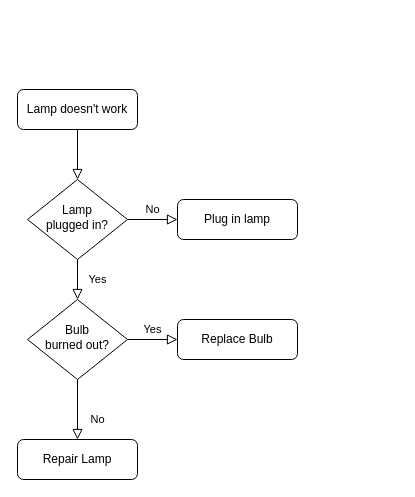
fengshenxq/img keeps this draw.io diagram as TapdDefect.drawio. Above is the earlier version. Source tidied: cells renumbered, new cells numbered last; positions are measured from the earlier drawing's top-left corner, leaving out a move shared by most shapes. Both pictures are drawn from the tidied source at 100%, with x=0, y=0 at pixel (17, 89).
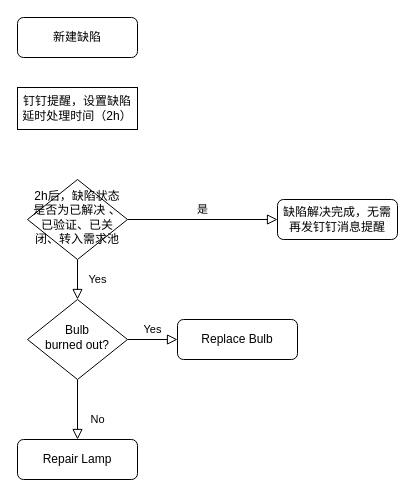
After the change.

What changed in the source:
```diff
@@
 <mxGraphModel>
   <root>
     <mxCell id="0" />
     <mxCell id="1" parent="0" />
-    <mxCell id="2" style="rounded=0;html=1;jettySize=auto;fontSize=11;endArrow=block;endFill=0;endSize=8;strokeWidth=1;shadow=0;labelBackgroundColor=none;edgeStyle=orthogonalEdgeStyle;" parent="1" edge="1" source="3" target="6">
-      <mxGeometry relative="1" as="geometry" />
-    </mxCell>
-    <mxCell id="3" value="Lamp doesn't work" style="rounded=1;whiteSpace=wrap;html=1;fontSize=12;glass=0;strokeWidth=1;shadow=0;" parent="1" vertex="1">
-      <mxGeometry width="120" height="40" as="geometry" />
+    <mxCell id="3" value="新建缺陷" style="rounded=1;whiteSpace=wrap;html=1;fontSize=12;glass=0;strokeWidth=1;shadow=0;" parent="1" vertex="1">
+      <mxGeometry y="-72" width="120" height="40" as="geometry" />
     </mxCell>
     <mxCell id="4" value="Yes" style="rounded=0;html=1;jettySize=auto;fontSize=11;endArrow=block;endFill=0;endSize=8;strokeWidth=1;shadow=0;labelBackgroundColor=none;edgeStyle=orthogonalEdgeStyle;" parent="1" edge="1" source="6" target="10">
       <mxGeometry y="20" relative="1" as="geometry" />
     </mxCell>
-    <mxCell id="5" value="No" style="edgeStyle=orthogonalEdgeStyle;rounded=0;html=1;jettySize=auto;fontSize=11;endArrow=block;endFill=0;endSize=8;strokeWidth=1;shadow=0;labelBackgroundColor=none;" parent="1" edge="1" source="6" target="7">
+    <mxCell id="5" value="是" style="edgeStyle=orthogonalEdgeStyle;rounded=0;html=1;jettySize=auto;fontSize=11;endArrow=block;endFill=0;endSize=8;strokeWidth=1;shadow=0;labelBackgroundColor=none;" parent="1" edge="1" source="6" target="7">
       <mxGeometry y="10" relative="1" as="geometry" />
     </mxCell>
-    <mxCell id="6" value="Lamp&lt;br&gt;plugged in?" style="rhombus;whiteSpace=wrap;html=1;shadow=0;fontFamily=Helvetica;fontSize=12;align=center;strokeWidth=1;spacing=6;spacingTop=-4;" parent="1" vertex="1">
+    <mxCell id="6" value="2h后，缺陷状态是否为已解决 、已验证、已关闭、转入需求池" style="rhombus;whiteSpace=wrap;html=1;shadow=0;fontFamily=Helvetica;fontSize=12;align=center;strokeWidth=1;spacing=6;spacingTop=-4;" parent="1" vertex="1">
       <mxGeometry x="10" y="90" width="100" height="80" as="geometry" />
     </mxCell>
-    <mxCell id="7" value="Plug in lamp" style="rounded=1;whiteSpace=wrap;html=1;fontSize=12;glass=0;strokeWidth=1;shadow=0;" parent="1" vertex="1">
-      <mxGeometry x="160" y="110" width="120" height="40" as="geometry" />
+    <mxCell id="7" value="缺陷解决完成，无需再发钉钉消息提醒" style="rounded=1;whiteSpace=wrap;html=1;fontSize=12;glass=0;strokeWidth=1;shadow=0;" parent="1" vertex="1">
+      <mxGeometry x="260" y="110" width="120" height="40" as="geometry" />
     </mxCell>
     <mxCell id="8" value="No" style="rounded=0;html=1;jettySize=auto;fontSize=11;endArrow=block;endFill=0;endSize=8;strokeWidth=1;shadow=0;labelBackgroundColor=none;edgeStyle=orthogonalEdgeStyle;" parent="1" edge="1" source="10" target="11">
       <mxGeometry x="0.33" y="20" relative="1" as="geometry" />
     </mxCell>
     <mxCell id="9" value="Yes" style="edgeStyle=orthogonalEdgeStyle;rounded=0;html=1;jettySize=auto;fontSize=11;endArrow=block;endFill=0;endSize=8;strokeWidth=1;shadow=0;labelBackgroundColor=none;" parent="1" edge="1" source="10" target="12">
       <mxGeometry y="10" relative="1" as="geometry" />
     </mxCell>
     <mxCell id="10" value="Bulb&lt;br&gt;burned out?" style="rhombus;whiteSpace=wrap;html=1;shadow=0;fontFamily=Helvetica;fontSize=12;align=center;strokeWidth=1;spacing=6;spacingTop=-4;" parent="1" vertex="1">
       <mxGeometry x="10" y="210" width="100" height="80" as="geometry" />
     </mxCell>
     <mxCell id="11" value="Repair Lamp" style="rounded=1;whiteSpace=wrap;html=1;fontSize=12;glass=0;strokeWidth=1;shadow=0;" parent="1" vertex="1">
       <mxGeometry y="350" width="120" height="40" as="geometry" />
     </mxCell>
     <mxCell id="12" value="Replace Bulb" style="rounded=1;whiteSpace=wrap;html=1;fontSize=12;glass=0;strokeWidth=1;shadow=0;" parent="1" vertex="1">
       <mxGeometry x="160" y="230" width="120" height="40" as="geometry" />
     </mxCell>
+    <mxCell id="13" value="钉钉提醒，设置缺陷延时处理时间（2h）" style="rounded=0;whiteSpace=wrap;html=1;" parent="1" vertex="1">
+      <mxGeometry y="-2" width="120" height="42" as="geometry" />
+    </mxCell>
   </root>
 </mxGraphModel>
```
